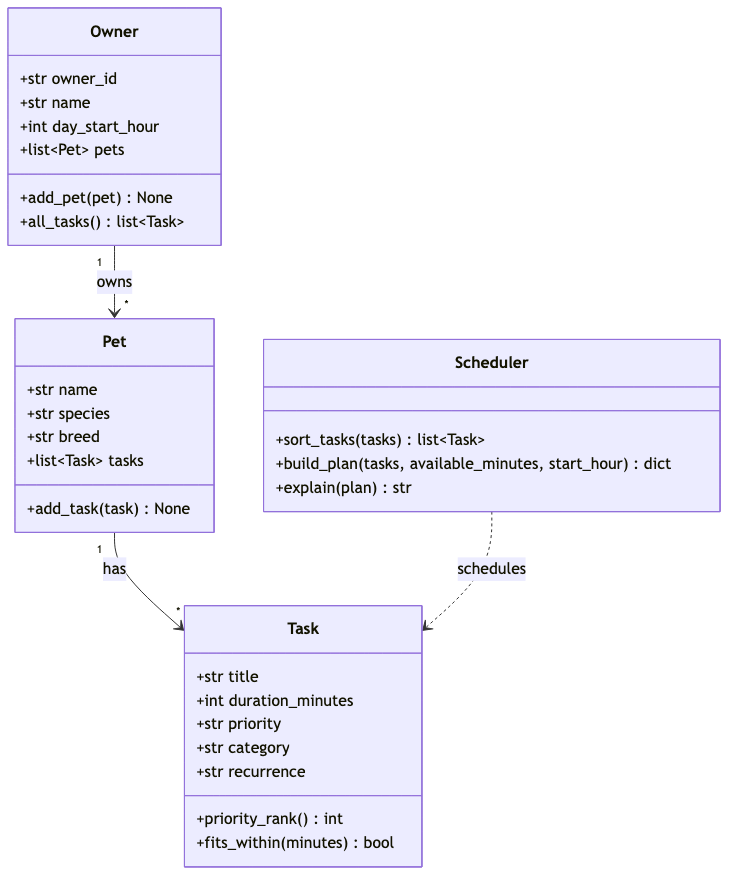
Above: diagrams/uml.png in meghakr1/ai110-module2show-pawpal-starter (Mermaid), before the change. Its source is kept beside it as diagrams/uml.mmd.
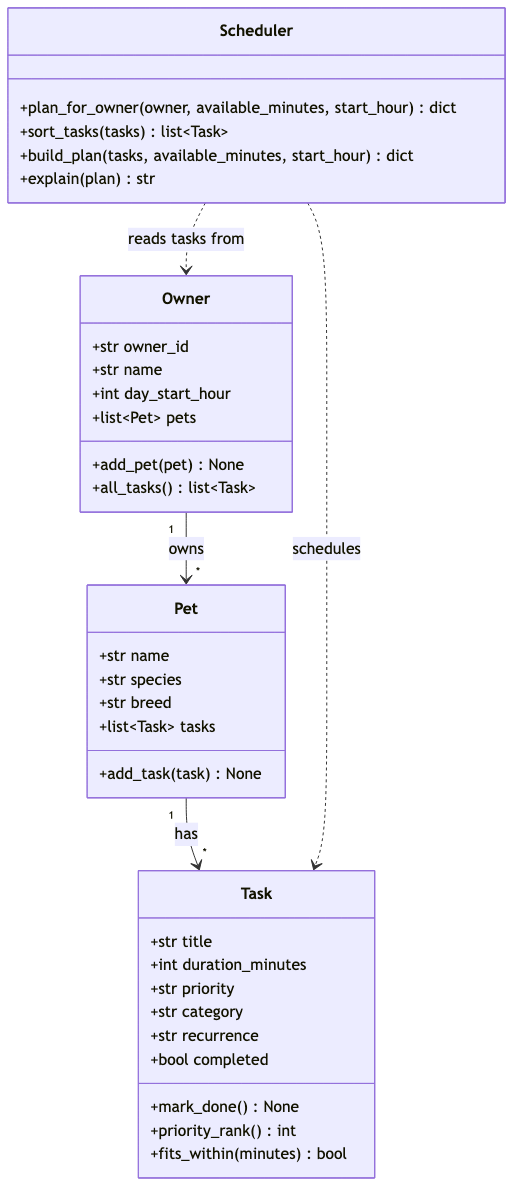
The same diagram one commit later.

Change to the diagram source:
```diff
@@ -23,11 +23,14 @@
         +str priority
         +str category
         +str recurrence
+        +bool completed
+        +mark_done() None
         +priority_rank() int
         +fits_within(minutes) bool
     }
 
     class Scheduler {
+        +plan_for_owner(owner, available_minutes, start_hour) dict
         +sort_tasks(tasks) list~Task~
         +build_plan(tasks, available_minutes, start_hour) dict
         +explain(plan) str
@@ -35,4 +38,5 @@
 
     Owner "1" --> "*" Pet : owns
     Pet "1" --> "*" Task : has
+    Scheduler ..> Owner : reads tasks from
     Scheduler ..> Task : schedules
```
